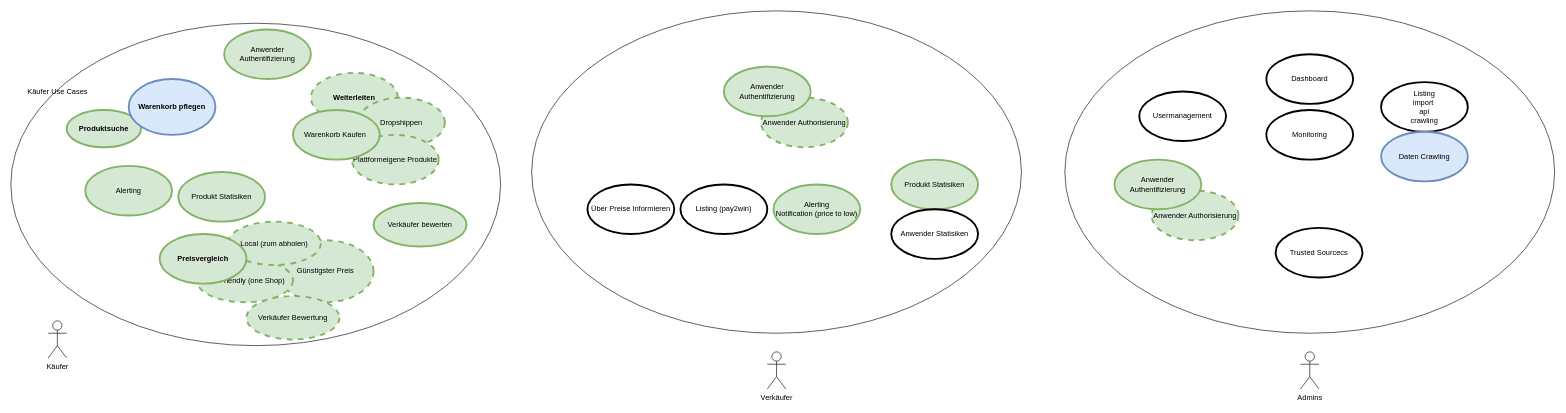
Earlier version of the draw.io diagram page "Usecases" (2 of 9) of diagrams.drawio (placom/docs). Source tidied: cells renumbered, new cells numbered last; positions are measured from the earlier drawing's top-left corner, leaving out a move shared by most shapes. Both pictures are drawn from the tidied source at 62%, with x=0, y=0 at pixel (11, 11).
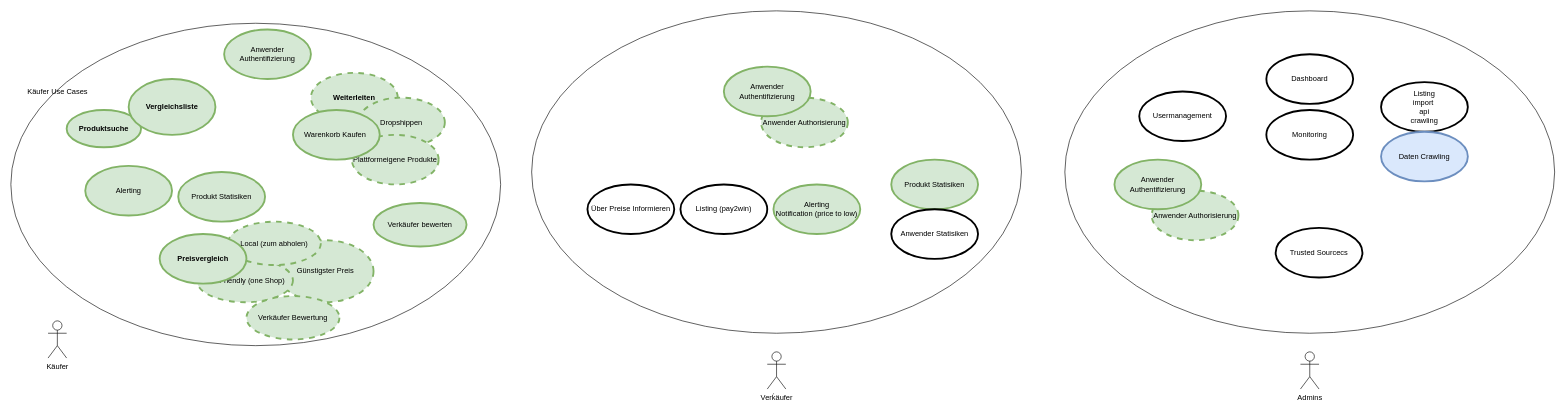
The same diagram, later.

Change to the diagram source:
```diff
@@
-    <mxCell id="11" value="Warenkorb pflegen" style="shape=ellipse;html=1;strokeWidth=3;fontStyle=1;whiteSpace=wrap;align=center;perimeter=ellipsePerimeter;fillColor=#dae8fc;strokeColor=#6c8ebf;" parent="1" vertex="1">
+    <mxCell id="11" value="Vergleichsliste" style="shape=ellipse;html=1;strokeWidth=3;fontStyle=1;whiteSpace=wrap;align=center;perimeter=ellipsePerimeter;fillColor=#d5e8d4;strokeColor=#82b366;" parent="1" vertex="1">
       <mxGeometry x="190" y="110" width="140" height="90" as="geometry" />
     </mxCell>
```
